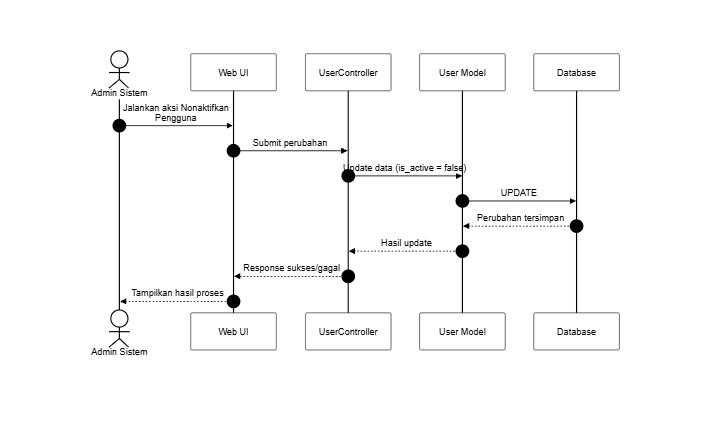
SulaimanHafi23/SimpegRSHDI keeps this Mermaid diagram as docs/SequenceDiagram/PNG_Transparent/KelolaPengguna-NonaktifkanPengguna.png. Above is the earlier version. Its source is kept beside it as docs/SequenceDiagram/KelolaPengguna-NonaktifkanPengguna.mermaid. Source of this version:
```mermaid
%%{init: {"theme": "base", "themeVariables": {"background": "#dddddd", "primaryColor": "#ffffff", "primaryBorderColor": "#000000", "primaryTextColor": "#000000", "lineColor": "#000000", "textColor": "#000000", "actorBkg": "#ffffff", "actorBorder": "#000000", "actorTextColor": "#000000", "activationBkgColor": "#ffffff", "activationBorderColor": "#000000", "signalColor": "#000000", "signalTextColor": "#000000", "labelBoxBkgColor": "#ffffff", "labelBoxBorderColor": "#000000", "labelTextColor": "#000000", "sequenceNumberColor": "#000000", "noteBkgColor": "#ffffff", "noteBorderColor": "#000000", "noteTextColor": "#000000"}, "sequence": {"useMaxWidth": true, "wrap": true, "messageFontSize": 12, "noteFontSize": 12}}}%%
sequenceDiagram
    autonumber
    actor A as Admin Sistem
    participant UI as Web UI
    participant C as UserController
    participant M as User Model
    participant DB as Database

    A->>UI: Jalankan aksi Nonaktifkan Pengguna
    UI->>C: Submit perubahan
    C->>M: Update data (is_active = false)
    M->>DB: UPDATE
    DB-->>M: Perubahan tersimpan
    M-->>C: Hasil update
    C-->>UI: Response sukses/gagal
    UI-->>A: Tampilkan hasil proses
```
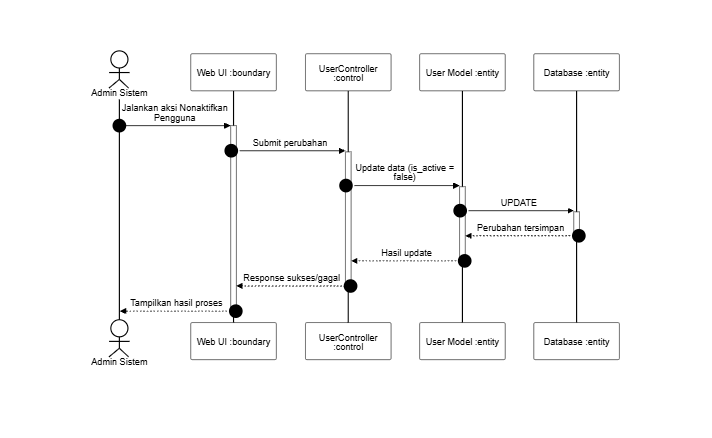
The same diagram one commit later.

Change to the diagram source:
```diff
@@ -2,16 +2,16 @@
 sequenceDiagram
     autonumber
     actor A as Admin Sistem
-    participant UI as Web UI
-    participant C as UserController
-    participant M as User Model
-    participant DB as Database
+    participant UI as Web UI :boundary
+    participant C as UserController :control
+    participant M as User Model :entity
+    participant DB as Database :entity
 
-    A->>UI: Jalankan aksi Nonaktifkan Pengguna
-    UI->>C: Submit perubahan
-    C->>M: Update data (is_active = false)
-    M->>DB: UPDATE
-    DB-->>M: Perubahan tersimpan
-    M-->>C: Hasil update
-    C-->>UI: Response sukses/gagal
-    UI-->>A: Tampilkan hasil proses
+    A->>+UI: Jalankan aksi Nonaktifkan Pengguna
+    UI->>+C: Submit perubahan
+    C->>+M: Update data (is_active = false)
+    M->>+DB: UPDATE
+    DB-->>-M: Perubahan tersimpan
+    M-->>-C: Hasil update
+    C-->>-UI: Response sukses/gagal
+    UI-->>-A: Tampilkan hasil proses
```
